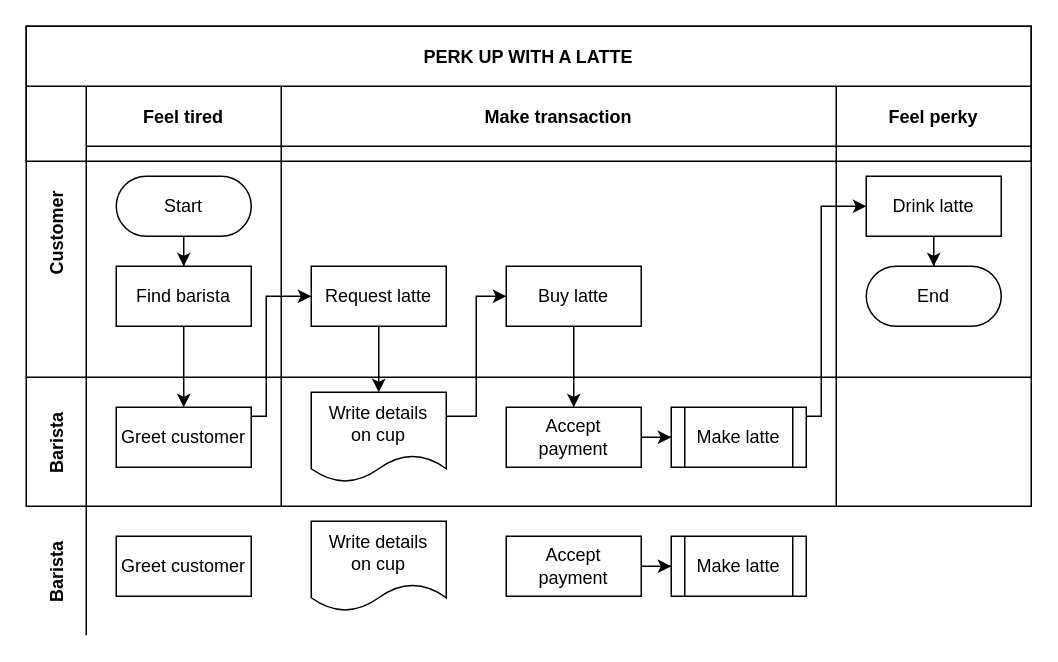
Above: 名称未設定ファイル.drawio in yuichi-tanaka95/kikaikeisanka (draw.io), before the change. Source tidied: cells renumbered, new cells numbered last; positions are measured from the earlier drawing's top-left corner, leaving out a move shared by most shapes. Both pictures are drawn from the tidied source at 150%, with x=0, y=0 at pixel (26, 26).
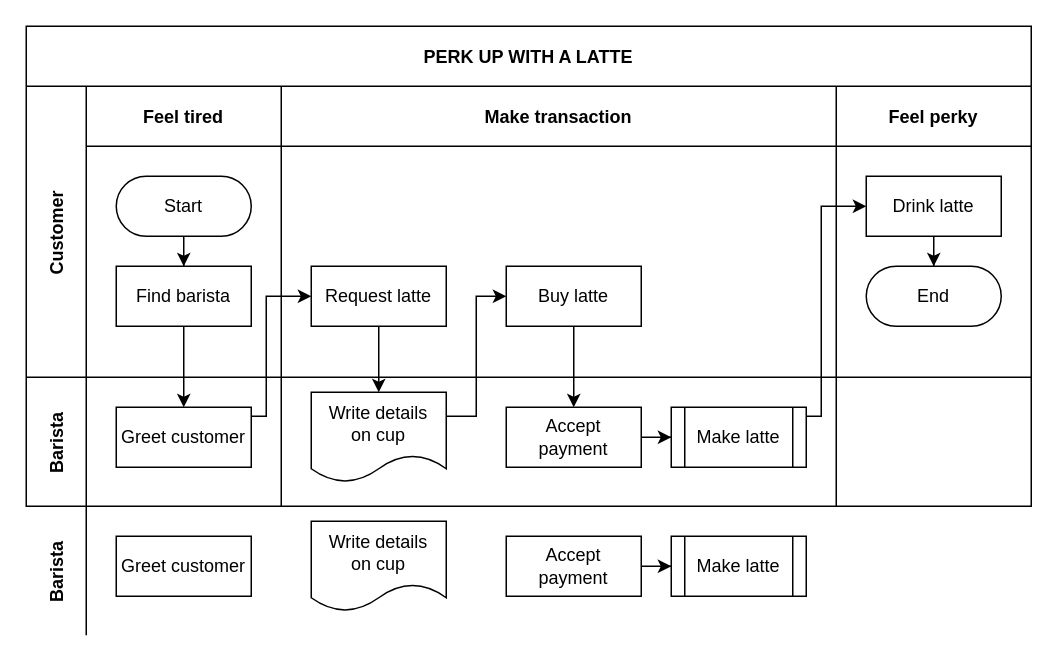
Above is the later version.

Commit message:
名称未設定ファイル.drawio を更新します

What changed in the source:
```diff
@@
-    <mxCell id="2" style="rounded=0;whiteSpace=wrap;html=1;rotation=0;" parent="1" vertex="1">
-      <mxGeometry x="100" y="390" width="670" height="90" relative="1" as="geometry" />
-    </mxCell>
```
